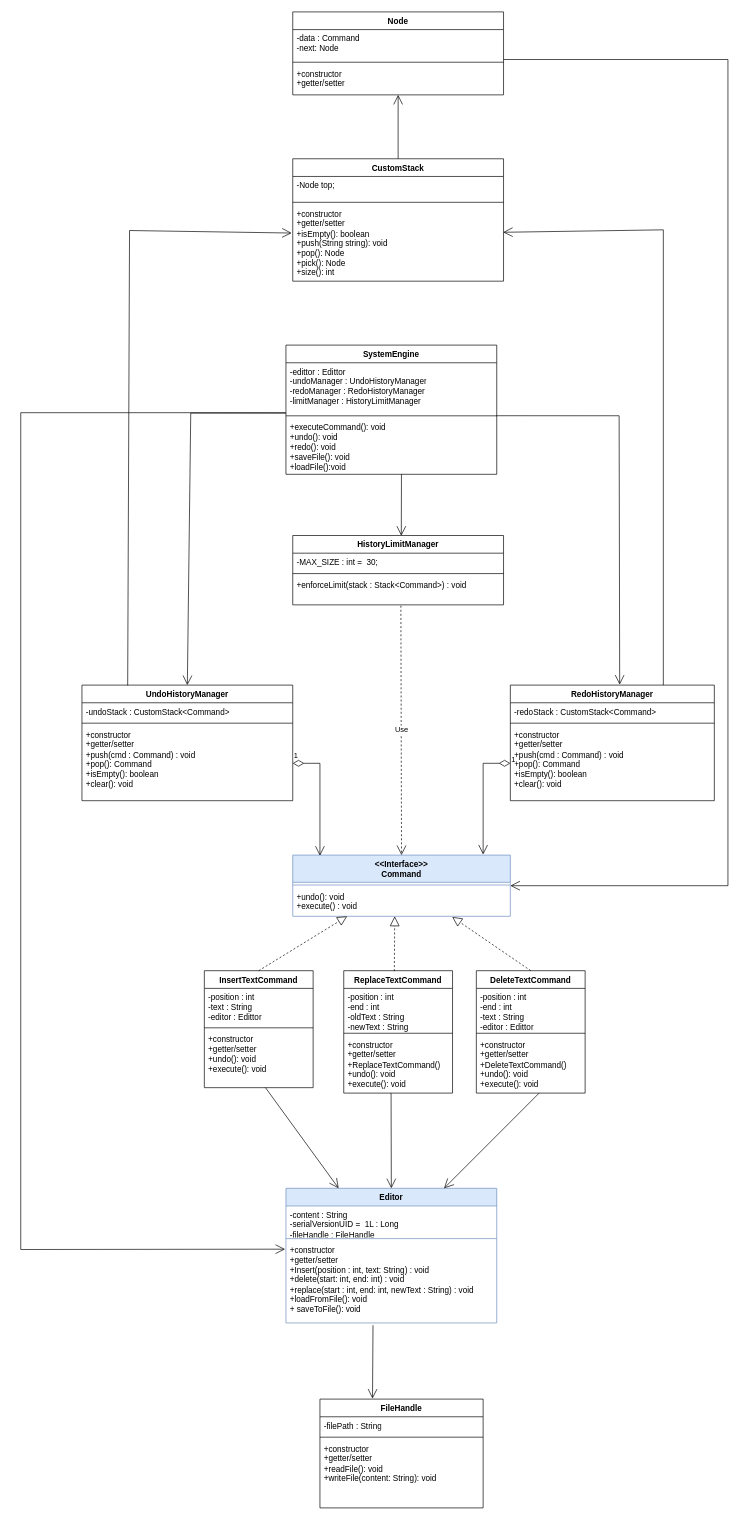
Earlier version of the draw.io diagram classDiagram.drawio (LeeTrungDuck/CSD_FinalProject). Source tidied: cells renumbered, new cells numbered last; positions are measured from the earlier drawing's top-left corner, leaving out a move shared by most shapes. Both pictures are drawn from the tidied source at 68%, with x=0, y=0 at pixel (20, 12).
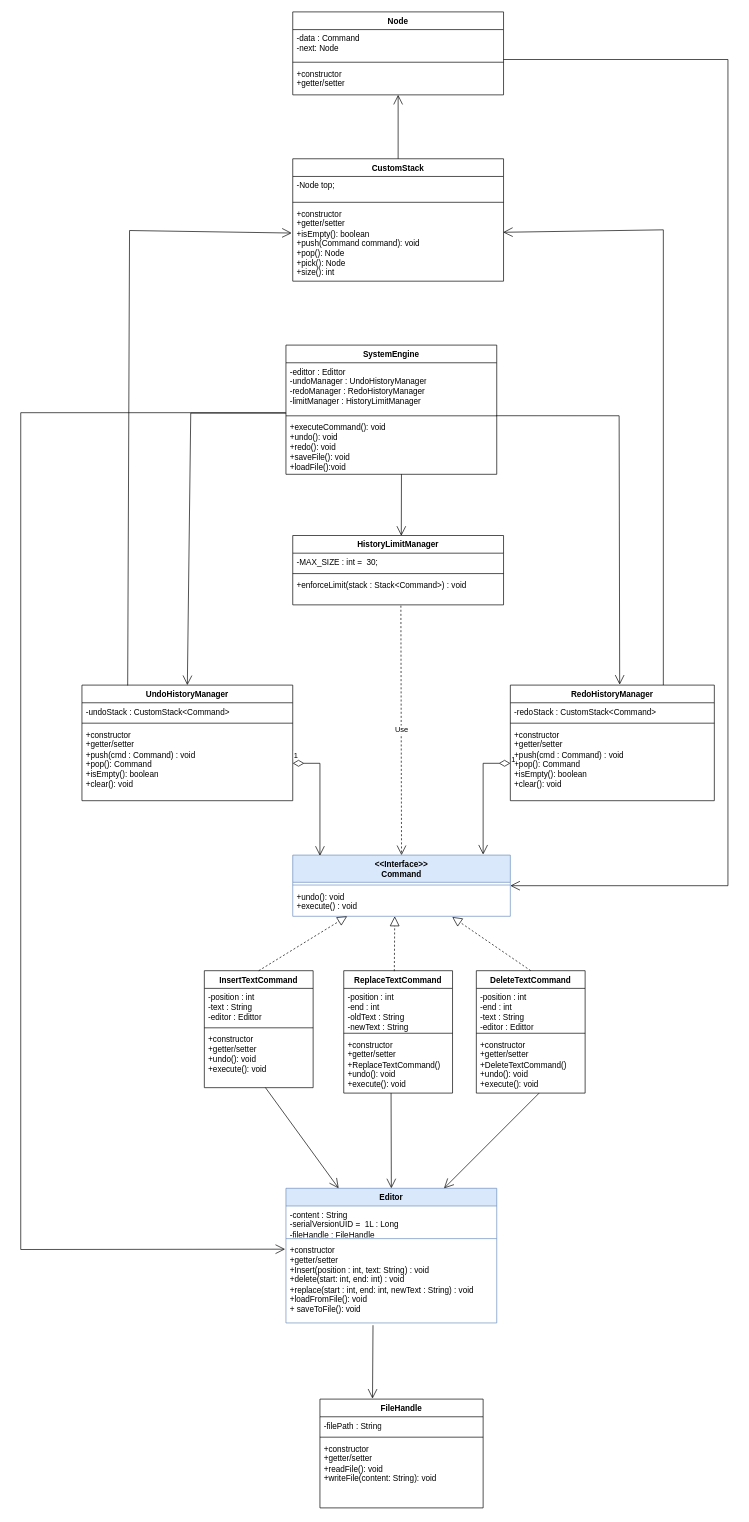
The same diagram, later.

Commit message (it also covers changes not shown here):
tạo class node và Stack

The change refers to these unchanged cells:
```xml
<mxCell id="50" value="CustomStack" style="swimlane;fontStyle=1;align=center;verticalAlign=top;horizontal=1;startSize=26;whiteSpace=wrap;html=1;" parent="1" vertex="1">
  <mxGeometry x="400" y="216" width="310" height="180" as="geometry" />
</mxCell>
```

Diff of the diagram source:
```diff
@@
-    <mxCell id="53" value="&lt;div&gt;+constructor&lt;/div&gt;&lt;div&gt;+getter/setter&lt;/div&gt;&lt;div&gt;+isEmpty(): boolean&lt;/div&gt;&lt;div&gt;+push(String string): void&lt;/div&gt;&lt;div&gt;+pop(): Node&lt;/div&gt;&lt;div&gt;+pick(): Node&lt;/div&gt;&lt;div&gt;+size(): int&lt;/div&gt;" style="text;strokeColor=none;fillColor=none;align=left;verticalAlign=top;spacingLeft=4;spacingRight=4;overflow=hidden;points=[[0,0.5],[1,0.5]];portConstraint=eastwest;whiteSpace=wrap;html=1;" parent="50" vertex="1">
+    <mxCell id="53" value="&lt;div&gt;+constructor&lt;/div&gt;&lt;div&gt;+getter/setter&lt;/div&gt;&lt;div&gt;+isEmpty(): boolean&lt;/div&gt;&lt;div&gt;+push(Command command): void&lt;/div&gt;&lt;div&gt;+pop(): Node&lt;/div&gt;&lt;div&gt;+pick(): Node&lt;/div&gt;&lt;div&gt;+size(): int&lt;/div&gt;" style="text;strokeColor=none;fillColor=none;align=left;verticalAlign=top;spacingLeft=4;spacingRight=4;overflow=hidden;points=[[0,0.5],[1,0.5]];portConstraint=eastwest;whiteSpace=wrap;html=1;" parent="50" vertex="1">
       <mxGeometry y="68" width="310" height="112" as="geometry" />
     </mxCell>
```
